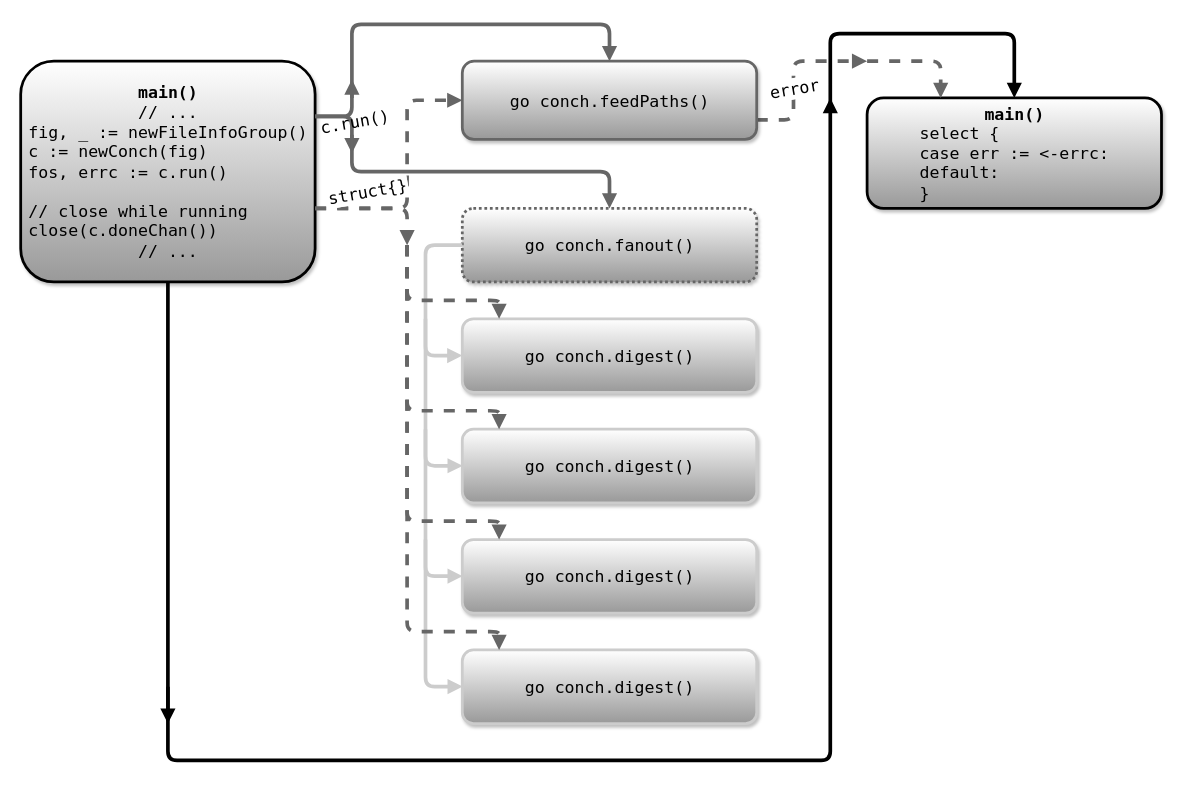
The draw.io diagram talks/feeding_concurrent_processes/svg/conch0_done-v002.dio in euggo/meetup, before the edit. Source tidied: cells renumbered, new cells numbered last; positions are measured from the earlier drawing's top-left corner, leaving out a move shared by most shapes. Both pictures are drawn from the tidied source at 92%, with x=0, y=0 at pixel (20, -17).
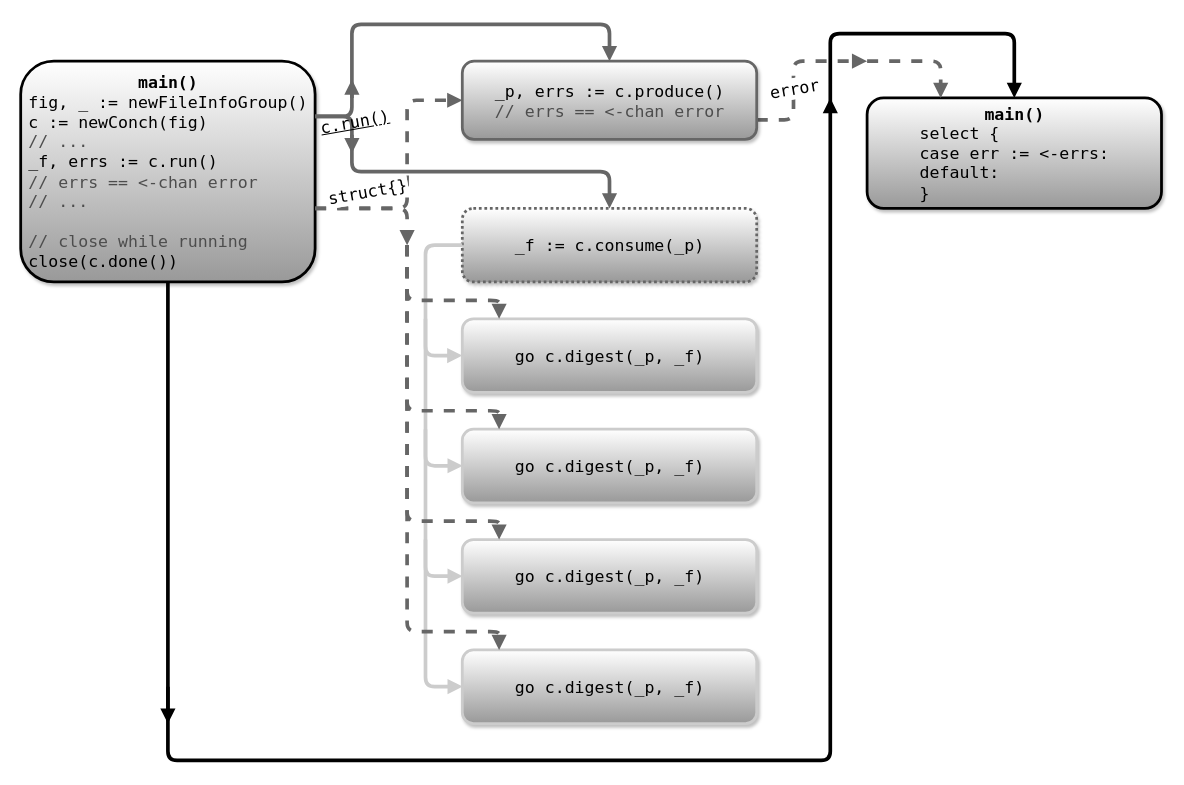
After the change.

The edit, as a diff of the source:
```diff
@@
-    <mxCell id="3" value="go conch.feedPaths()" style="rounded=1;fillColor=#FFFFFF;strokeColor=#666666;shadow=1;gradientColor=#999999;fontStyle=0;html=1;fontFamily=Lucida Console;fontSize=18;strokeWidth=3;" parent="1" vertex="1">
+    <mxCell id="3" value="&lt;div style=&quot;text-align: left&quot;&gt;&lt;span&gt;_p, errs := c.produce()&lt;/span&gt;&lt;/div&gt;&lt;div style=&quot;text-align: left&quot;&gt;&lt;span&gt;&lt;font color=&quot;#4d4d4d&quot;&gt;// errs == &amp;lt;-chan error&lt;/font&gt;&lt;/span&gt;&lt;/div&gt;" style="rounded=1;fillColor=#FFFFFF;strokeColor=#666666;shadow=1;gradientColor=#999999;fontStyle=0;html=1;fontFamily=Lucida Console;fontSize=18;strokeWidth=3;" parent="1" vertex="1">
       <mxGeometry x="480" y="85" width="320" height="85" as="geometry" />
     </mxCell>
@@
-    <mxCell id="5" value="&lt;div style=&quot;text-align: center&quot;&gt;&lt;span&gt;&lt;b&gt;main()&lt;/b&gt;&lt;/span&gt;&lt;/div&gt;&lt;div style=&quot;text-align: center&quot;&gt;&lt;span&gt;// ...&lt;/span&gt;&lt;/div&gt;&lt;div style=&quot;text-align: left&quot;&gt;fig, _ := newFileInfoGroup()&lt;/div&gt;&lt;div style=&quot;text-align: left&quot;&gt;c := newConch(fig)&lt;/div&gt;&lt;div style=&quot;text-align: left&quot;&gt;&lt;div&gt;&lt;span&gt;fos, errc := c.run()&lt;/span&gt;&lt;br&gt;&lt;/div&gt;&lt;div&gt;&lt;br&gt;&lt;/div&gt;&lt;div&gt;// close while running&lt;/div&gt;&lt;/div&gt;&lt;div style=&quot;text-align: left&quot;&gt;close(c.doneChan())&lt;/div&gt;&lt;div style=&quot;text-align: center&quot;&gt;// ...&lt;/div&gt;" style="rounded=1;fillColor=#FFFFFF;strokeColor=#000000;shadow=1;gradientColor=#999999;fontStyle=0;html=1;fontFamily=Lucida Console;fontSize=18;strokeWidth=3;align=center;" parent="1" vertex="1">
+    <mxCell id="5" value="&lt;div style=&quot;text-align: center&quot;&gt;&lt;span&gt;&lt;b&gt;main()&lt;/b&gt;&lt;/span&gt;&lt;/div&gt;&lt;div style=&quot;text-align: left&quot;&gt;fig, _ := newFileInfoGroup()&lt;/div&gt;&lt;div style=&quot;text-align: left&quot;&gt;c := newConch(fig)&lt;/div&gt;&lt;div style=&quot;text-align: left&quot;&gt;&lt;font color=&quot;#4d4d4d&quot;&gt;// ...&lt;/font&gt;&lt;/div&gt;&lt;div style=&quot;text-align: left&quot;&gt;&lt;div&gt;&lt;span&gt;_f, errs := c.run()&lt;/span&gt;&lt;br&gt;&lt;/div&gt;&lt;div&gt;&lt;span style=&quot;color: rgb(77 , 77 , 77)&quot;&gt;// errs == &amp;lt;-chan error&lt;/span&gt;&lt;/div&gt;&lt;div&gt;&lt;span style=&quot;color: rgb(77 , 77 , 77)&quot;&gt;// ...&lt;/span&gt;&lt;/div&gt;&lt;div&gt;&lt;span style=&quot;color: rgb(77 , 77 , 77)&quot;&gt;&lt;br&gt;&lt;/span&gt;&lt;/div&gt;&lt;div&gt;&lt;span style=&quot;color: rgb(77 , 77 , 77)&quot;&gt;// close while running&lt;/span&gt;&lt;br&gt;&lt;/div&gt;&lt;/div&gt;&lt;div style=&quot;text-align: left&quot;&gt;close(c.done())&lt;/div&gt;" style="rounded=1;fillColor=#FFFFFF;strokeColor=#000000;shadow=1;gradientColor=#999999;fontStyle=0;html=1;fontFamily=Lucida Console;fontSize=18;strokeWidth=3;align=center;" parent="1" vertex="1">
       <mxGeometry y="85" width="320" height="240" as="geometry" />
     </mxCell>
@@
-    <mxCell id="8" value="go conch.fanout()" style="rounded=1;fillColor=#FFFFFF;strokeColor=#666666;shadow=1;gradientColor=#999999;fontStyle=0;html=1;fontFamily=Lucida Console;fontSize=18;strokeWidth=3;dashed=1;dashPattern=1 1;" parent="1" vertex="1">
+    <mxCell id="8" value="&lt;div style=&quot;text-align: left&quot;&gt;&lt;span&gt;_f := c.consume(_p)&lt;/span&gt;&lt;/div&gt;" style="rounded=1;fillColor=#FFFFFF;strokeColor=#666666;shadow=1;gradientColor=#999999;fontStyle=0;html=1;fontFamily=Lucida Console;fontSize=18;strokeWidth=3;dashed=1;dashPattern=1 1;" parent="1" vertex="1">
       <mxGeometry x="480" y="245" width="320" height="80" as="geometry" />
     </mxCell>
@@
-    <mxCell id="10" value="go conch.digest&lt;span&gt;()&lt;/span&gt;" style="rounded=1;fillColor=#FFFFFF;strokeColor=#CCCCCC;shadow=1;gradientColor=#999999;fontStyle=0;html=1;fontFamily=Lucida Console;fontSize=18;strokeWidth=3;" parent="1" vertex="1">
+    <mxCell id="10" value="&lt;div style=&quot;text-align: left&quot;&gt;&lt;span&gt;go c.digest&lt;/span&gt;&lt;span&gt;(_p, _f)&lt;/span&gt;&lt;/div&gt;" style="rounded=1;fillColor=#FFFFFF;strokeColor=#CCCCCC;shadow=1;gradientColor=#999999;fontStyle=0;html=1;fontFamily=Lucida Console;fontSize=18;strokeWidth=3;" parent="1" vertex="1">
       <mxGeometry x="480" y="365" width="320" height="80" as="geometry" />
     </mxCell>
-    <mxCell id="11" value="go conch.digest&lt;span&gt;()&lt;/span&gt;" style="rounded=1;fillColor=#FFFFFF;strokeColor=#CCCCCC;shadow=1;gradientColor=#999999;fontStyle=0;html=1;fontFamily=Lucida Console;fontSize=18;strokeWidth=3;" parent="1" vertex="1">
+    <mxCell id="11" value="&lt;div style=&quot;text-align: left&quot;&gt;&lt;span&gt;go c.digest&lt;/span&gt;&lt;span&gt;(_p, _f)&lt;/span&gt;&lt;/div&gt;" style="rounded=1;fillColor=#FFFFFF;strokeColor=#CCCCCC;shadow=1;gradientColor=#999999;fontStyle=0;html=1;fontFamily=Lucida Console;fontSize=18;strokeWidth=3;" parent="1" vertex="1">
       <mxGeometry x="480" y="485" width="320" height="80" as="geometry" />
     </mxCell>
-    <mxCell id="12" value="go conch.digest&lt;span&gt;()&lt;/span&gt;" style="rounded=1;fillColor=#FFFFFF;strokeColor=#CCCCCC;shadow=1;gradientColor=#999999;fontStyle=0;html=1;fontFamily=Lucida Console;fontSize=18;strokeWidth=3;" parent="1" vertex="1">
+    <mxCell id="12" value="&lt;div style=&quot;text-align: left&quot;&gt;&lt;span&gt;go c.digest&lt;/span&gt;&lt;span&gt;(_p, _f)&lt;/span&gt;&lt;/div&gt;" style="rounded=1;fillColor=#FFFFFF;strokeColor=#CCCCCC;shadow=1;gradientColor=#999999;fontStyle=0;html=1;fontFamily=Lucida Console;fontSize=18;strokeWidth=3;" parent="1" vertex="1">
       <mxGeometry x="480" y="605" width="320" height="80" as="geometry" />
     </mxCell>
-    <mxCell id="13" value="go conch.digest&lt;span&gt;()&lt;/span&gt;" style="rounded=1;fillColor=#FFFFFF;strokeColor=#CCCCCC;shadow=1;gradientColor=#999999;fontStyle=0;html=1;fontFamily=Lucida Console;fontSize=18;strokeWidth=3;" parent="1" vertex="1">
+    <mxCell id="13" value="&lt;div style=&quot;text-align: left&quot;&gt;&lt;span&gt;go c.digest&lt;/span&gt;&lt;span&gt;(_p, _f)&lt;/span&gt;&lt;/div&gt;" style="rounded=1;fillColor=#FFFFFF;strokeColor=#CCCCCC;shadow=1;gradientColor=#999999;fontStyle=0;html=1;fontFamily=Lucida Console;fontSize=18;strokeWidth=3;" parent="1" vertex="1">
       <mxGeometry x="480" y="725" width="320" height="80" as="geometry" />
     </mxCell>
@@
-    <mxCell id="22" value="&lt;b&gt;main()&lt;/b&gt;&lt;div style=&quot;text-align: left&quot;&gt;select {&lt;/div&gt;&lt;div style=&quot;text-align: left&quot;&gt;case err := &amp;lt;-errc:&lt;/div&gt;&lt;div style=&quot;text-align: left&quot;&gt;default:&lt;/div&gt;&lt;div style=&quot;text-align: left&quot;&gt;}&lt;/div&gt;" style="rounded=1;fillColor=#FFFFFF;strokeColor=#000000;shadow=1;gradientColor=#999999;fontStyle=0;html=1;fontFamily=Lucida Console;fontSize=18;strokeWidth=3;" parent="1" vertex="1">
+    <mxCell id="22" value="&lt;b&gt;main()&lt;/b&gt;&lt;div style=&quot;text-align: left&quot;&gt;select {&lt;/div&gt;&lt;div style=&quot;text-align: left&quot;&gt;case err := &amp;lt;-errs:&lt;/div&gt;&lt;div style=&quot;text-align: left&quot;&gt;default:&lt;/div&gt;&lt;div style=&quot;text-align: left&quot;&gt;}&lt;/div&gt;" style="rounded=1;fillColor=#FFFFFF;strokeColor=#000000;shadow=1;gradientColor=#999999;fontStyle=0;html=1;fontFamily=Lucida Console;fontSize=18;strokeWidth=3;" parent="1" vertex="1">
       <mxGeometry x="920" y="125" width="320" height="120" as="geometry" />
     </mxCell>
@@
-    <mxCell id="31" value="c.run()" style="text;html=1;align=center;verticalAlign=middle;labelBackgroundColor=none;fontSize=18;fontFamily=Lucida Console;labelBorderColor=none;spacingTop=0;spacingLeft=0;spacing=2;spacingBottom=0;spacingRight=0;rotation=350;direction=west;" parent="1" vertex="1">
+    <mxCell id="31" value="c.run()" style="text;html=1;align=center;verticalAlign=middle;labelBackgroundColor=none;fontSize=18;fontFamily=Lucida Console;labelBorderColor=none;spacingTop=0;spacingLeft=0;spacing=2;spacingBottom=0;spacingRight=0;rotation=350;direction=west;fontStyle=4;" parent="1" vertex="1">
       <mxGeometry x="336" y="199" as="geometry">
         <mxPoint x="34" y="-43" as="offset" />
       </mxGeometry>
     </mxCell>
```
